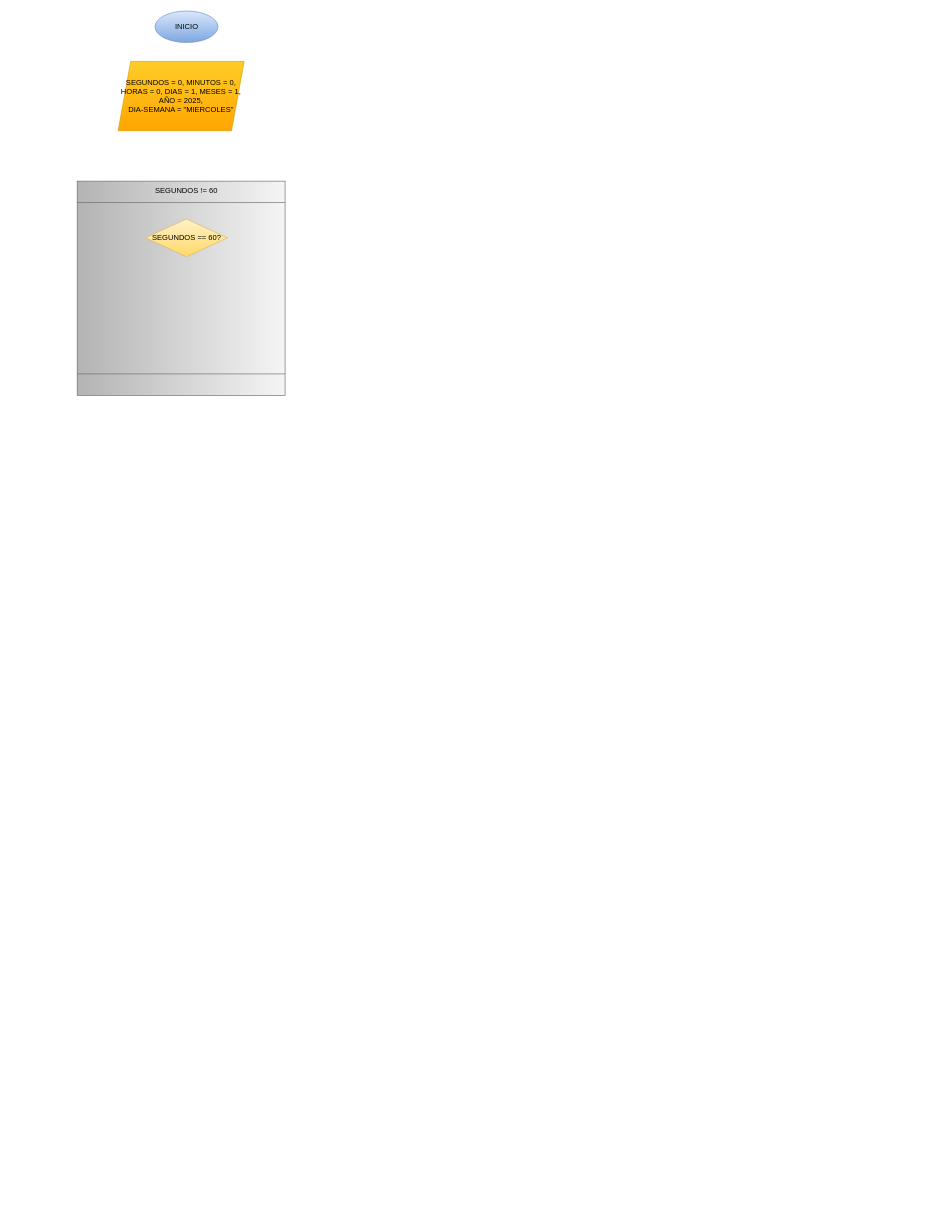
Above: calendario.drawio in NahuelLV/Base-de-Datos (draw.io), before the change. Source tidied: cells renumbered, new cells numbered last; positions are measured from the earlier drawing's top-left corner, leaving out a move shared by most shapes. Both pictures are drawn from the tidied source at 63%, with x=0, y=0 at pixel (77, 11).
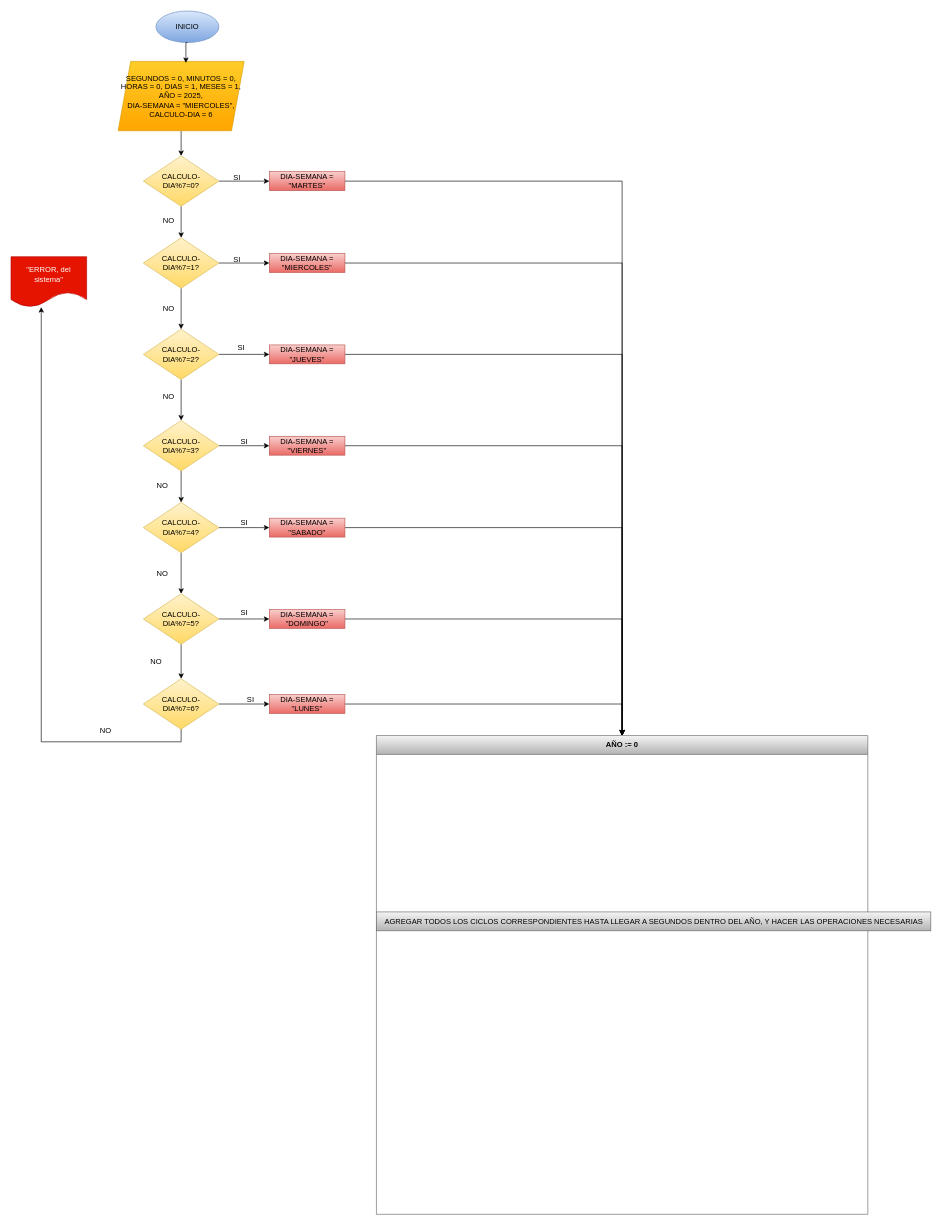
After the change.

The edit, as a diff of the source:
```diff
@@
     <mxCell id="2" value="INICIO" style="ellipse;whiteSpace=wrap;html=1;fillColor=#dae8fc;gradientColor=#7ea6e0;strokeColor=#6c8ebf;" parent="1" vertex="1">
-      <mxGeometry x="123.5" width="100" height="50" as="geometry" />
+      <mxGeometry x="125" width="100" height="50" as="geometry" />
     </mxCell>
+    <mxCell id="7" style="edgeStyle=orthogonalEdgeStyle;rounded=0;jettySize=auto;html=1;exitX=0.5;exitY=1;exitDx=0;exitDy=0;entryX=0.5;entryY=0;entryDx=0;entryDy=0;" parent="1" edge="1" source="3" target="10">
+      <mxGeometry relative="1" as="geometry" />
+    </mxCell>
-    <mxCell id="3" value="SEGUNDOS = 0, MINUTOS = 0, HORAS = 0, DIAS = 1, MESES = 1, AÑO = 2025,&lt;div&gt;DIA-SEMANA = &quot;MIERCOLES&quot;&lt;/div&gt;" style="shape=parallelogram;perimeter=parallelogramPerimeter;whiteSpace=wrap;html=1;fixedSize=1;fillColor=#ffcd28;gradientColor=#ffa500;strokeColor=#d79b00;" parent="1" vertex="1">
+    <mxCell id="3" value="SEGUNDOS = 0, MINUTOS = 0, HORAS = 0, DIAS = 1, MESES = 1, AÑO = 2025,&lt;div&gt;DIA-SEMANA = &quot;MIERCOLES&quot;, CALCULO-DIA = 6&lt;/div&gt;" style="shape=parallelogram;perimeter=parallelogramPerimeter;whiteSpace=wrap;html=1;fixedSize=1;fillColor=#ffcd28;gradientColor=#ffa500;strokeColor=#d79b00;" parent="1" vertex="1">
       <mxGeometry x="65" y="80" width="200" height="110" as="geometry" />
     </mxCell>
-    <mxCell id="4" style="shape=process;whiteSpace=wrap;html=1;backgroundOutline=1;direction=south;fillColor=#f5f5f5;gradientColor=#b3b3b3;strokeColor=#666666;" parent="1" vertex="1">
-      <mxGeometry y="270" width="330" height="340" as="geometry" />
-    </mxCell>
-    <mxCell id="5" value="SEGUNDOS != 60" style="text;html=1;align=center;verticalAlign=middle;whiteSpace=wrap;rounded=0;" parent="1" vertex="1">
-      <mxGeometry x="111" y="270" width="125" height="30" as="geometry" />
-    </mxCell>
-    <mxCell id="6" value="SEGUNDOS == 60?" style="rhombus;whiteSpace=wrap;html=1;fillColor=#fff2cc;gradientColor=#ffd966;strokeColor=#d6b656;" parent="1" vertex="1">
-      <mxGeometry x="108.5" y="330" width="130" height="60" as="geometry" />
-    </mxCell>
+    <mxCell id="8" style="edgeStyle=orthogonalEdgeStyle;rounded=0;jettySize=auto;html=1;exitX=1;exitY=0.5;exitDx=0;exitDy=0;entryX=0;entryY=0.5;entryDx=0;entryDy=0;" parent="1" edge="1" source="10" target="27">
+      <mxGeometry relative="1" as="geometry" />
+    </mxCell>
+    <mxCell id="9" style="edgeStyle=orthogonalEdgeStyle;rounded=0;jettySize=auto;html=1;entryX=0.5;entryY=0;entryDx=0;entryDy=0;" parent="1" edge="1" source="10" target="13">
+      <mxGeometry relative="1" as="geometry" />
+    </mxCell>
+    <mxCell id="10" value="CALCULO-DIA%7=0?" style="rhombus;whiteSpace=wrap;html=1;fillColor=#fff2cc;gradientColor=#ffd966;strokeColor=#d6b656;" parent="1" vertex="1">
+      <mxGeometry x="105" y="230" width="120" height="80" as="geometry" />
+    </mxCell>
+    <mxCell id="11" style="edgeStyle=orthogonalEdgeStyle;rounded=0;jettySize=auto;html=1;exitX=1;exitY=0.5;exitDx=0;exitDy=0;entryX=0;entryY=0.5;entryDx=0;entryDy=0;" parent="1" edge="1" source="13" target="29">
+      <mxGeometry relative="1" as="geometry" />
+    </mxCell>
+    <mxCell id="12" style="edgeStyle=orthogonalEdgeStyle;rounded=0;jettySize=auto;html=1;exitX=0.5;exitY=1;exitDx=0;exitDy=0;entryX=0.5;entryY=0;entryDx=0;entryDy=0;" parent="1" edge="1" source="13" target="16">
+      <mxGeometry relative="1" as="geometry" />
+    </mxCell>
+    <mxCell id="13" value="CALCULO-DIA%7=1?" style="rhombus;whiteSpace=wrap;html=1;fillColor=#fff2cc;gradientColor=#ffd966;strokeColor=#d6b656;" parent="1" vertex="1">
+      <mxGeometry x="105" y="360" width="120" height="80" as="geometry" />
+    </mxCell>
+    <mxCell id="14" style="edgeStyle=orthogonalEdgeStyle;rounded=0;jettySize=auto;html=1;exitX=1;exitY=0.5;exitDx=0;exitDy=0;entryX=0;entryY=0.5;entryDx=0;entryDy=0;" parent="1" edge="1" source="16" target="31">
+      <mxGeometry relative="1" as="geometry" />
+    </mxCell>
+    <mxCell id="15" style="edgeStyle=orthogonalEdgeStyle;rounded=0;jettySize=auto;html=1;exitX=0.5;exitY=1;exitDx=0;exitDy=0;entryX=0.5;entryY=0;entryDx=0;entryDy=0;" parent="1" edge="1" source="16" target="19">
+      <mxGeometry relative="1" as="geometry" />
+    </mxCell>
+    <mxCell id="16" value="CALCULO-DIA%7=2?" style="rhombus;whiteSpace=wrap;html=1;fillColor=#fff2cc;gradientColor=#ffd966;strokeColor=#d6b656;" parent="1" vertex="1">
+      <mxGeometry x="105" y="505" width="120" height="80" as="geometry" />
+    </mxCell>
+    <mxCell id="17" style="edgeStyle=orthogonalEdgeStyle;rounded=0;jettySize=auto;html=1;exitX=1;exitY=0.5;exitDx=0;exitDy=0;entryX=0;entryY=0.5;entryDx=0;entryDy=0;" parent="1" edge="1" source="19" target="33">
+      <mxGeometry relative="1" as="geometry" />
+    </mxCell>
+    <mxCell id="18" style="edgeStyle=orthogonalEdgeStyle;rounded=0;jettySize=auto;html=1;exitX=0.5;exitY=1;exitDx=0;exitDy=0;entryX=0.5;entryY=0;entryDx=0;entryDy=0;" parent="1" edge="1" source="19" target="22">
+      <mxGeometry relative="1" as="geometry" />
+    </mxCell>
+    <mxCell id="19" value="CALCULO-DIA%7=3?" style="rhombus;whiteSpace=wrap;html=1;fillColor=#fff2cc;gradientColor=#ffd966;strokeColor=#d6b656;" parent="1" vertex="1">
+      <mxGeometry x="105" y="650" width="120" height="80" as="geometry" />
+    </mxCell>
+    <mxCell id="20" style="edgeStyle=orthogonalEdgeStyle;rounded=0;jettySize=auto;html=1;exitX=1;exitY=0.5;exitDx=0;exitDy=0;" parent="1" edge="1" source="22" target="35">
+      <mxGeometry relative="1" as="geometry" />
+    </mxCell>
+    <mxCell id="21" style="edgeStyle=orthogonalEdgeStyle;rounded=0;jettySize=auto;html=1;exitX=0.5;exitY=1;exitDx=0;exitDy=0;entryX=0.5;entryY=0;entryDx=0;entryDy=0;" parent="1" edge="1" source="22" target="25">
+      <mxGeometry relative="1" as="geometry" />
+    </mxCell>
+    <mxCell id="22" value="CALCULO-DIA%7=4?" style="rhombus;whiteSpace=wrap;html=1;fillColor=#fff2cc;gradientColor=#ffd966;strokeColor=#d6b656;" parent="1" vertex="1">
+      <mxGeometry x="105" y="780" width="120" height="80" as="geometry" />
+    </mxCell>
+    <mxCell id="23" style="edgeStyle=orthogonalEdgeStyle;rounded=0;jettySize=auto;html=1;exitX=1;exitY=0.5;exitDx=0;exitDy=0;entryX=0;entryY=0.5;entryDx=0;entryDy=0;" parent="1" edge="1" source="25" target="37">
+      <mxGeometry relative="1" as="geometry" />
+    </mxCell>
+    <mxCell id="24" style="edgeStyle=orthogonalEdgeStyle;rounded=0;jettySize=auto;html=1;exitX=0.5;exitY=1;exitDx=0;exitDy=0;entryX=0.5;entryY=0;entryDx=0;entryDy=0;entryPerimeter=0;" parent="1" edge="1" source="25" target="39">
+      <mxGeometry relative="1" as="geometry" />
+    </mxCell>
+    <mxCell id="25" value="CALCULO-DIA%7=5?" style="rhombus;whiteSpace=wrap;html=1;fillColor=#fff2cc;gradientColor=#ffd966;strokeColor=#d6b656;" parent="1" vertex="1">
+      <mxGeometry x="105" y="925" width="120" height="80" as="geometry" />
+    </mxCell>
+    <mxCell id="26" style="edgeStyle=orthogonalEdgeStyle;rounded=0;jettySize=auto;html=1;exitX=1;exitY=0.5;exitDx=0;exitDy=0;entryX=0.5;entryY=0;entryDx=0;entryDy=0;" parent="1" edge="1" source="27" target="59">
+      <mxGeometry relative="1" as="geometry" />
+    </mxCell>
+    <mxCell id="27" value="DIA-SEMANA = &quot;MARTES&quot;" style="rounded=0;whiteSpace=wrap;html=1;fillColor=#f8cecc;gradientColor=#ea6b66;strokeColor=#b85450;" parent="1" vertex="1">
+      <mxGeometry x="305" y="255" width="120" height="30" as="geometry" />
+    </mxCell>
+    <mxCell id="28" style="edgeStyle=orthogonalEdgeStyle;rounded=0;jettySize=auto;html=1;exitX=1;exitY=0.5;exitDx=0;exitDy=0;entryX=0.5;entryY=0;entryDx=0;entryDy=0;" parent="1" edge="1" source="29" target="59">
+      <mxGeometry relative="1" as="geometry" />
+    </mxCell>
+    <mxCell id="29" value="DIA-SEMANA = &quot;MIERCOLES&quot;" style="rounded=0;whiteSpace=wrap;html=1;fillColor=#f8cecc;gradientColor=#ea6b66;strokeColor=#b85450;" parent="1" vertex="1">
+      <mxGeometry x="305" y="385" width="120" height="30" as="geometry" />
+    </mxCell>
+    <mxCell id="30" style="edgeStyle=orthogonalEdgeStyle;rounded=0;jettySize=auto;html=1;exitX=1;exitY=0.5;exitDx=0;exitDy=0;entryX=0.5;entryY=0;entryDx=0;entryDy=0;" parent="1" edge="1" source="31" target="59">
+      <mxGeometry relative="1" as="geometry" />
+    </mxCell>
+    <mxCell id="31" value="DIA-SEMANA = &quot;JUEVES&quot;" style="rounded=0;whiteSpace=wrap;html=1;fillColor=#f8cecc;gradientColor=#ea6b66;strokeColor=#b85450;" parent="1" vertex="1">
+      <mxGeometry x="305" y="530" width="120" height="30" as="geometry" />
+    </mxCell>
+    <mxCell id="32" style="edgeStyle=orthogonalEdgeStyle;rounded=0;jettySize=auto;html=1;exitX=1;exitY=0.5;exitDx=0;exitDy=0;entryX=0.5;entryY=0;entryDx=0;entryDy=0;" parent="1" edge="1" source="33" target="59">
+      <mxGeometry relative="1" as="geometry" />
+    </mxCell>
+    <mxCell id="33" value="DIA-SEMANA = &quot;VIERNES&quot;" style="rounded=0;whiteSpace=wrap;html=1;fillColor=#f8cecc;gradientColor=#ea6b66;strokeColor=#b85450;" parent="1" vertex="1">
+      <mxGeometry x="305" y="675" width="120" height="30" as="geometry" />
+    </mxCell>
+    <mxCell id="34" style="edgeStyle=orthogonalEdgeStyle;rounded=0;jettySize=auto;html=1;exitX=1;exitY=0.5;exitDx=0;exitDy=0;" parent="1" edge="1" source="35" target="59">
+      <mxGeometry relative="1" as="geometry" />
+    </mxCell>
+    <mxCell id="35" value="DIA-SEMANA = &quot;SABADO&quot;" style="rounded=0;whiteSpace=wrap;html=1;fillColor=#f8cecc;gradientColor=#ea6b66;strokeColor=#b85450;" parent="1" vertex="1">
+      <mxGeometry x="305" y="805" width="120" height="30" as="geometry" />
+    </mxCell>
+    <mxCell id="36" style="edgeStyle=orthogonalEdgeStyle;rounded=0;jettySize=auto;html=1;exitX=1;exitY=0.5;exitDx=0;exitDy=0;entryX=0.5;entryY=0;entryDx=0;entryDy=0;" parent="1" edge="1" source="37" target="59">
+      <mxGeometry relative="1" as="geometry" />
+    </mxCell>
+    <mxCell id="37" value="DIA-SEMANA = &quot;DOMINGO&quot;" style="rounded=0;whiteSpace=wrap;html=1;fillColor=#f8cecc;gradientColor=#ea6b66;strokeColor=#b85450;" parent="1" vertex="1">
+      <mxGeometry x="305" y="950" width="120" height="30" as="geometry" />
+    </mxCell>
+    <mxCell id="38" style="edgeStyle=orthogonalEdgeStyle;rounded=0;jettySize=auto;html=1;exitX=1;exitY=0.5;exitDx=0;exitDy=0;entryX=0;entryY=0.5;entryDx=0;entryDy=0;" parent="1" edge="1" source="39" target="41">
+      <mxGeometry relative="1" as="geometry" />
+    </mxCell>
+    <mxCell id="39" value="CALCULO-DIA%7=6?" style="rhombus;whiteSpace=wrap;html=1;fillColor=#fff2cc;gradientColor=#ffd966;strokeColor=#d6b656;" parent="1" vertex="1">
+      <mxGeometry x="105" y="1060" width="120" height="80" as="geometry" />
+    </mxCell>
+    <mxCell id="40" style="edgeStyle=orthogonalEdgeStyle;rounded=0;jettySize=auto;html=1;exitX=1;exitY=0.5;exitDx=0;exitDy=0;entryX=0.5;entryY=0;entryDx=0;entryDy=0;" parent="1" edge="1" source="41" target="59">
+      <mxGeometry relative="1" as="geometry" />
+    </mxCell>
+    <mxCell id="41" value="DIA-SEMANA = &quot;LUNES&quot;" style="rounded=0;whiteSpace=wrap;html=1;fillColor=#f8cecc;gradientColor=#ea6b66;strokeColor=#b85450;" parent="1" vertex="1">
+      <mxGeometry x="305" y="1085" width="120" height="30" as="geometry" />
+    </mxCell>
+    <mxCell id="42" value="SI" style="text;html=1;align=center;verticalAlign=middle;whiteSpace=wrap;rounded=0;" parent="1" vertex="1">
+      <mxGeometry x="223.5" y="250" width="60" height="30" as="geometry" />
+    </mxCell>
+    <mxCell id="43" value="SI" style="text;html=1;align=center;verticalAlign=middle;whiteSpace=wrap;rounded=0;" parent="1" vertex="1">
+      <mxGeometry x="223.5" y="380" width="60" height="30" as="geometry" />
+    </mxCell>
+    <mxCell id="44" value="SI" style="text;html=1;align=center;verticalAlign=middle;strokeColor=none;fillColor=none;" parent="1" vertex="1">
+      <mxGeometry x="245" y="520" width="30" height="30" as="geometry" />
+    </mxCell>
+    <mxCell id="45" value="SI" style="text;html=1;align=center;verticalAlign=middle;strokeColor=none;fillColor=none;" parent="1" vertex="1">
+      <mxGeometry x="250" y="668" width="30" height="30" as="geometry" />
+    </mxCell>
+    <mxCell id="46" value="SI" style="text;html=1;align=center;verticalAlign=middle;strokeColor=none;fillColor=none;" parent="1" vertex="1">
+      <mxGeometry x="250" y="798" width="30" height="30" as="geometry" />
+    </mxCell>
+    <mxCell id="47" value="SI" style="text;html=1;align=center;verticalAlign=middle;strokeColor=none;fillColor=none;" parent="1" vertex="1">
+      <mxGeometry x="250" y="940" width="30" height="30" as="geometry" />
+    </mxCell>
+    <mxCell id="48" value="SI" style="text;html=1;align=center;verticalAlign=middle;strokeColor=none;fillColor=none;" parent="1" vertex="1">
+      <mxGeometry x="260" y="1078" width="30" height="30" as="geometry" />
+    </mxCell>
+    <mxCell id="49" style="edgeStyle=orthogonalEdgeStyle;rounded=0;jettySize=auto;html=1;exitX=0.5;exitY=1;exitDx=0;exitDy=0;entryX=0.538;entryY=0.022;entryDx=0;entryDy=0;entryPerimeter=0;" parent="1" edge="1" source="2" target="3">
+      <mxGeometry relative="1" as="geometry" />
+    </mxCell>
+    <mxCell id="50" value="NO" style="text;html=1;align=center;verticalAlign=middle;strokeColor=none;fillColor=none;" parent="1" vertex="1">
+      <mxGeometry x="125" y="318" width="40" height="30" as="geometry" />
+    </mxCell>
+    <mxCell id="51" value="NO" style="text;html=1;align=center;verticalAlign=middle;strokeColor=none;fillColor=none;" parent="1" vertex="1">
+      <mxGeometry x="125" y="458" width="40" height="30" as="geometry" />
+    </mxCell>
+    <mxCell id="52" value="NO" style="text;html=1;align=center;verticalAlign=middle;strokeColor=none;fillColor=none;" parent="1" vertex="1">
+      <mxGeometry x="125" y="598" width="40" height="30" as="geometry" />
+    </mxCell>
+    <mxCell id="53" value="NO" style="text;html=1;align=center;verticalAlign=middle;strokeColor=none;fillColor=none;" parent="1" vertex="1">
+      <mxGeometry x="115" y="738" width="40" height="30" as="geometry" />
+    </mxCell>
+    <mxCell id="54" value="NO" style="text;html=1;align=center;verticalAlign=middle;strokeColor=none;fillColor=none;" parent="1" vertex="1">
+      <mxGeometry x="115" y="878" width="40" height="30" as="geometry" />
+    </mxCell>
+    <mxCell id="55" value="NO" style="text;html=1;align=center;verticalAlign=middle;strokeColor=none;fillColor=none;" parent="1" vertex="1">
+      <mxGeometry x="105" y="1018" width="40" height="30" as="geometry" />
+    </mxCell>
+    <mxCell id="56" value="NO" style="text;html=1;align=center;verticalAlign=middle;strokeColor=none;fillColor=none;" parent="1" vertex="1">
+      <mxGeometry x="25" y="1128" width="40" height="30" as="geometry" />
+    </mxCell>
+    <mxCell id="57" value="&quot;ERROR, del sistema&quot;" style="shape=document;whiteSpace=wrap;html=1;boundedLbl=1;fillColor=#e51400;fontColor=#ffffff;strokeColor=#B20000;" parent="1" vertex="1">
+      <mxGeometry x="-105" y="390" width="120" height="80" as="geometry" />
+    </mxCell>
+    <mxCell id="58" style="edgeStyle=orthogonalEdgeStyle;rounded=0;jettySize=auto;html=1;exitX=0.5;exitY=1;exitDx=0;exitDy=0;entryX=0.4;entryY=1;entryDx=0;entryDy=0;entryPerimeter=0;" parent="1" edge="1" source="39" target="57">
+      <mxGeometry relative="1" as="geometry" />
+    </mxCell>
+    <mxCell id="59" value="AÑO := 0" style="swimlane;whiteSpace=wrap;html=1;fillColor=#f5f5f5;gradientColor=#b3b3b3;strokeColor=#666666;startSize=30;" parent="1" vertex="1">
+      <mxGeometry x="475" y="1150" width="780" height="760" as="geometry" />
+    </mxCell>
+    <mxCell id="60" value="AGREGAR TODOS LOS CICLOS CORRESPONDIENTES HASTA LLEGAR A SEGUNDOS DENTRO DEL AÑO, Y HACER LAS OPERACIONES NECESARIAS" style="text;html=1;align=center;verticalAlign=middle;strokeColor=#666666;fillColor=#f5f5f5;gradientColor=#b3b3b3;rotation=0;" parent="59" vertex="1">
+      <mxGeometry y="280" width="880" height="30" as="geometry" />
+    </mxCell>
```
